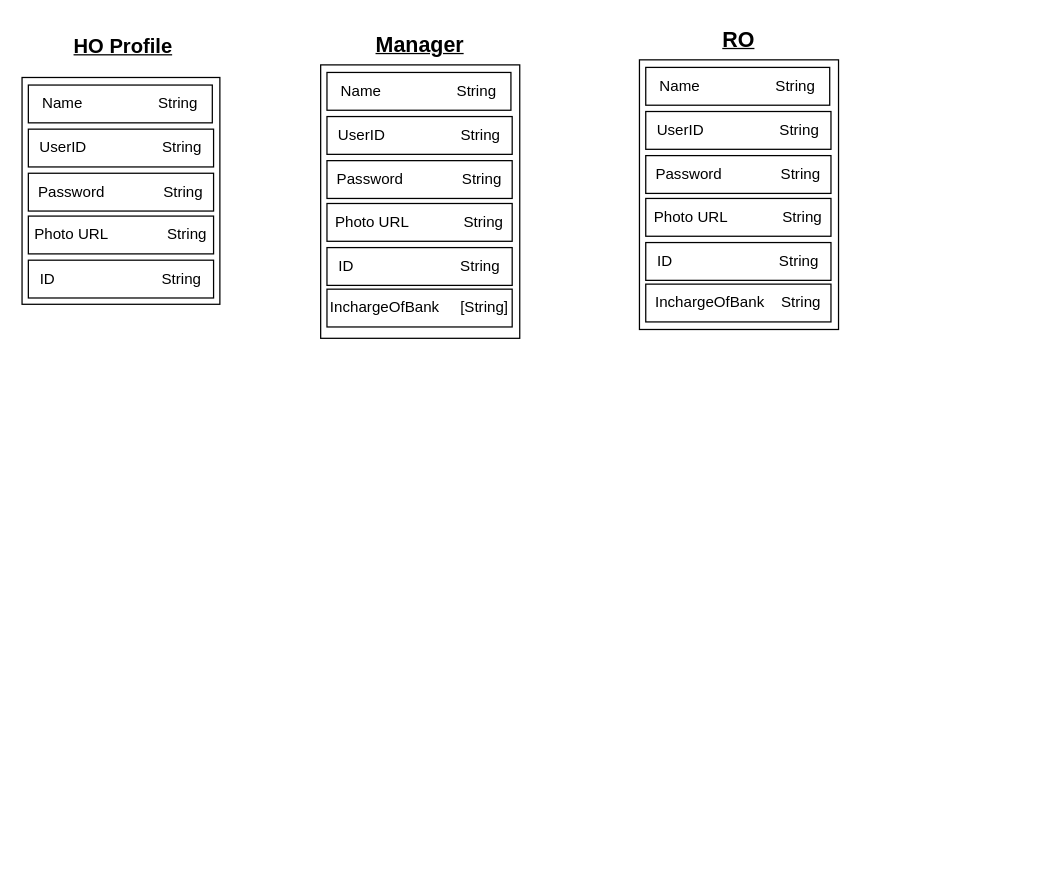
This is Untitled Diagram.drawio from Itsbabin/Organiser, a draw.io file, before an edit. Source tidied: cells renumbered, new cells numbered last; positions are measured from the earlier drawing's top-left corner, leaving out a move shared by most shapes. Both pictures are drawn from the tidied source at 126%, with x=0, y=0 at pixel (21, 21).
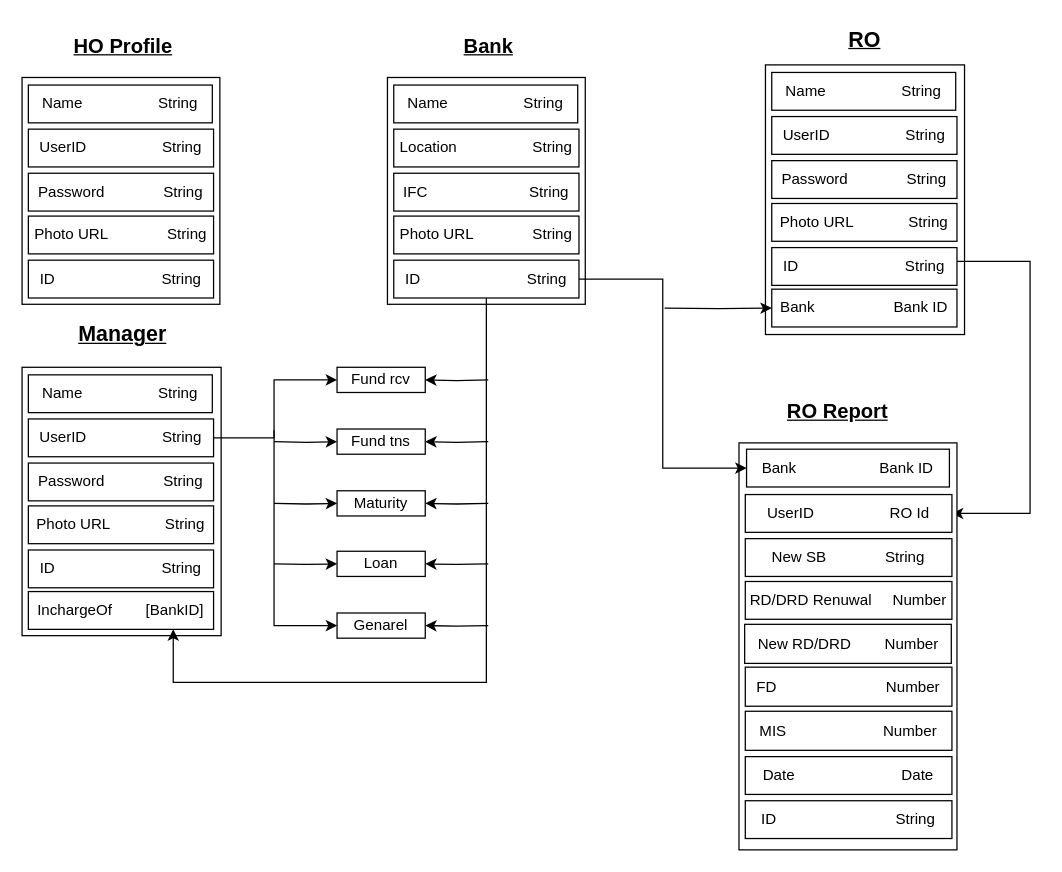
The same page after the edit.

The edit, as a diff of the source:
```diff
@@
     <mxCell id="8" style="rounded=0;whiteSpace=wrap;html=1;" parent="1" vertex="1">
-      <mxGeometry x="237" y="34" width="158" height="217" as="geometry" />
+      <mxGeometry y="274" width="158" height="213" as="geometry" />
     </mxCell>
     <mxCell id="9" value="Name&amp;nbsp; &amp;nbsp; &amp;nbsp; &amp;nbsp; &amp;nbsp; &amp;nbsp; &amp;nbsp; &amp;nbsp; &amp;nbsp; String" style="rounded=0;whiteSpace=wrap;html=1;" parent="1" vertex="1">
-      <mxGeometry x="242" y="40" width="146" height="30" as="geometry" />
+      <mxGeometry x="5" y="280" width="146" height="30" as="geometry" />
     </mxCell>
+    <mxCell id="25" style="edgeStyle=orthogonalEdgeStyle;rounded=0;jettySize=auto;html=1;entryX=0;entryY=0.5;entryDx=0;entryDy=0;" parent="1" edge="1" source="10" target="40">
+      <mxGeometry relative="1" as="geometry">
+        <Array as="points">
+          <mxPoint x="200" y="330" />
+          <mxPoint x="200" y="284" />
+        </Array>
+      </mxGeometry>
+    </mxCell>
     <mxCell id="10" value="UserID&amp;nbsp; &amp;nbsp; &amp;nbsp; &amp;nbsp; &amp;nbsp; &amp;nbsp; &amp;nbsp; &amp;nbsp; &amp;nbsp; String" style="rounded=0;whiteSpace=wrap;html=1;" parent="1" vertex="1">
-      <mxGeometry x="242" y="75" width="147" height="30" as="geometry" />
+      <mxGeometry x="5" y="315" width="147" height="30" as="geometry" />
     </mxCell>
     <mxCell id="11" value="Password&amp;nbsp; &amp;nbsp; &amp;nbsp; &amp;nbsp; &amp;nbsp; &amp;nbsp; &amp;nbsp; String" style="rounded=0;whiteSpace=wrap;html=1;" parent="1" vertex="1">
-      <mxGeometry x="242" y="110" width="147" height="30" as="geometry" />
+      <mxGeometry x="5" y="350" width="147" height="30" as="geometry" />
     </mxCell>
     <mxCell id="12" value="Photo URL&amp;nbsp; &amp;nbsp; &amp;nbsp; &amp;nbsp; &amp;nbsp; &amp;nbsp; &amp;nbsp;String" style="rounded=0;whiteSpace=wrap;html=1;" parent="1" vertex="1">
-      <mxGeometry x="242" y="144" width="147" height="30" as="geometry" />
+      <mxGeometry x="5" y="384" width="147" height="30" as="geometry" />
     </mxCell>
     <mxCell id="13" value="ID&amp;nbsp;&lt;span style=&quot;white-space: pre;&quot;&gt;&#9;&lt;/span&gt;&lt;span style=&quot;white-space: pre;&quot;&gt;&#9;&lt;/span&gt; &amp;nbsp; &amp;nbsp; &amp;nbsp; &amp;nbsp; &amp;nbsp; &amp;nbsp; String" style="rounded=0;whiteSpace=wrap;html=1;" parent="1" vertex="1">
-      <mxGeometry x="242" y="179" width="147" height="30" as="geometry" />
+      <mxGeometry x="5" y="419" width="147" height="30" as="geometry" />
     </mxCell>
@@
-    <mxCell id="15" value="InchargeOfBank&amp;nbsp; &amp;nbsp; &amp;nbsp;[String]" style="rounded=0;whiteSpace=wrap;html=1;" parent="1" vertex="1">
-      <mxGeometry x="242" y="212" width="147" height="30" as="geometry" />
+    <mxCell id="15" value="InchargeOf&amp;nbsp; &amp;nbsp; &amp;nbsp; &amp;nbsp; [BankID]" style="rounded=0;whiteSpace=wrap;html=1;" parent="1" vertex="1">
+      <mxGeometry x="5" y="452" width="147" height="30" as="geometry" />
     </mxCell>
     <mxCell id="16" value="&lt;b&gt;&lt;u&gt;&lt;font style=&quot;font-size: 17px;&quot;&gt;Manager&lt;/font&gt;&lt;/u&gt;&lt;/b&gt;" style="text;html=1;strokeColor=none;fillColor=none;align=center;verticalAlign=middle;whiteSpace=wrap;rounded=0;" parent="1" vertex="1">
-      <mxGeometry x="285.5" y="4" width="60" height="30" as="geometry" />
+      <mxGeometry x="50" y="234" width="60" height="30" as="geometry" />
     </mxCell>
     <mxCell id="17" style="rounded=0;whiteSpace=wrap;html=1;" parent="1" vertex="1">
-      <mxGeometry x="490" y="30" width="158" height="214" as="geometry" />
+      <mxGeometry x="590" y="34" width="158" height="214" as="geometry" />
     </mxCell>
     <mxCell id="18" value="Name&amp;nbsp; &amp;nbsp; &amp;nbsp; &amp;nbsp; &amp;nbsp; &amp;nbsp; &amp;nbsp; &amp;nbsp; &amp;nbsp; String" style="rounded=0;whiteSpace=wrap;html=1;" parent="1" vertex="1">
-      <mxGeometry x="495" y="36" width="146" height="30" as="geometry" />
+      <mxGeometry x="595" y="40" width="146" height="30" as="geometry" />
     </mxCell>
     <mxCell id="19" value="UserID&amp;nbsp; &amp;nbsp; &amp;nbsp; &amp;nbsp; &amp;nbsp; &amp;nbsp; &amp;nbsp; &amp;nbsp; &amp;nbsp; String" style="rounded=0;whiteSpace=wrap;html=1;" parent="1" vertex="1">
-      <mxGeometry x="495" y="71" width="147" height="30" as="geometry" />
+      <mxGeometry x="595" y="75" width="147" height="30" as="geometry" />
     </mxCell>
     <mxCell id="20" value="Password&amp;nbsp; &amp;nbsp; &amp;nbsp; &amp;nbsp; &amp;nbsp; &amp;nbsp; &amp;nbsp; String" style="rounded=0;whiteSpace=wrap;html=1;" parent="1" vertex="1">
-      <mxGeometry x="495" y="106" width="147" height="30" as="geometry" />
+      <mxGeometry x="595" y="110" width="147" height="30" as="geometry" />
     </mxCell>
     <mxCell id="21" value="Photo URL&amp;nbsp; &amp;nbsp; &amp;nbsp; &amp;nbsp; &amp;nbsp; &amp;nbsp; &amp;nbsp;String" style="rounded=0;whiteSpace=wrap;html=1;" parent="1" vertex="1">
-      <mxGeometry x="495" y="140" width="147" height="30" as="geometry" />
+      <mxGeometry x="595" y="144" width="147" height="30" as="geometry" />
     </mxCell>
+    <mxCell id="26" style="edgeStyle=orthogonalEdgeStyle;rounded=0;jettySize=auto;html=1;" parent="1" edge="1" source="22" target="29">
+      <mxGeometry relative="1" as="geometry">
+        <Array as="points">
+          <mxPoint x="800" y="190" />
+          <mxPoint x="800" y="390" />
+        </Array>
+      </mxGeometry>
+    </mxCell>
     <mxCell id="22" value="ID&amp;nbsp;&lt;span style=&quot;white-space: pre;&quot;&gt;&#9;&lt;/span&gt;&lt;span style=&quot;white-space: pre;&quot;&gt;&#9;&lt;/span&gt; &amp;nbsp; &amp;nbsp; &amp;nbsp; &amp;nbsp; &amp;nbsp; &amp;nbsp; String" style="rounded=0;whiteSpace=wrap;html=1;" parent="1" vertex="1">
-      <mxGeometry x="495" y="175" width="147" height="30" as="geometry" />
+      <mxGeometry x="595" y="179" width="147" height="30" as="geometry" />
     </mxCell>
+    <mxCell id="27" style="edgeStyle=orthogonalEdgeStyle;rounded=0;jettySize=auto;html=1;" parent="1" edge="1" target="23">
+      <mxGeometry relative="1" as="geometry">
+        <mxPoint x="510" y="227" as="sourcePoint" />
+      </mxGeometry>
+    </mxCell>
-    <mxCell id="23" value="InchargeOfBank&amp;nbsp; &amp;nbsp; String" style="rounded=0;whiteSpace=wrap;html=1;" parent="1" vertex="1">
-      <mxGeometry x="495" y="208" width="147" height="30" as="geometry" />
+    <mxCell id="23" value="Bank&amp;nbsp; &lt;span style=&quot;white-space: pre;&quot;&gt;&#9;&lt;/span&gt;&lt;span style=&quot;white-space: pre;&quot;&gt;&#9;&lt;/span&gt;&amp;nbsp; &amp;nbsp;Bank ID" style="rounded=0;whiteSpace=wrap;html=1;" parent="1" vertex="1">
+      <mxGeometry x="595" y="212" width="147" height="30" as="geometry" />
     </mxCell>
     <mxCell id="24" value="&lt;span style=&quot;font-size: 17px;&quot;&gt;&lt;b&gt;&lt;u&gt;RO&lt;/u&gt;&lt;/b&gt;&lt;/span&gt;" style="text;html=1;strokeColor=none;fillColor=none;align=center;verticalAlign=middle;whiteSpace=wrap;rounded=0;" parent="1" vertex="1">
-      <mxGeometry x="538.5" width="60" height="30" as="geometry" />
+      <mxGeometry x="638.5" width="60" height="30" as="geometry" />
     </mxCell>
+    <mxCell id="28" style="rounded=0;whiteSpace=wrap;html=1;" parent="1" vertex="1">
+      <mxGeometry x="569" y="334" width="173" height="323" as="geometry" />
+    </mxCell>
+    <mxCell id="29" value="UserID&amp;nbsp; &amp;nbsp; &amp;nbsp; &amp;nbsp; &amp;nbsp; &amp;nbsp; &amp;nbsp; &amp;nbsp; &amp;nbsp; RO Id" style="rounded=0;whiteSpace=wrap;html=1;" parent="1" vertex="1">
+      <mxGeometry x="574" y="375" width="164" height="30" as="geometry" />
+    </mxCell>
+    <mxCell id="30" value="New SB&amp;nbsp; &amp;nbsp; &amp;nbsp; &amp;nbsp; &amp;nbsp; &amp;nbsp; &amp;nbsp; String" style="rounded=0;whiteSpace=wrap;html=1;" parent="1" vertex="1">
+      <mxGeometry x="574" y="410" width="164" height="30" as="geometry" />
+    </mxCell>
+    <mxCell id="31" value="RD/DRD Renuwal&amp;nbsp; &amp;nbsp; &amp;nbsp;Number" style="rounded=0;whiteSpace=wrap;html=1;" parent="1" vertex="1">
+      <mxGeometry x="574" y="444" width="164" height="30" as="geometry" />
+    </mxCell>
+    <mxCell id="32" value="ID&amp;nbsp;&lt;span style=&quot;white-space: pre;&quot;&gt;&#9;&amp;nbsp;&#9;&lt;/span&gt;&amp;nbsp; &amp;nbsp; &amp;nbsp; &amp;nbsp; &amp;nbsp; &amp;nbsp; &amp;nbsp; &amp;nbsp; String" style="rounded=0;whiteSpace=wrap;html=1;" parent="1" vertex="1">
+      <mxGeometry x="574" y="618" width="164" height="30" as="geometry" />
+    </mxCell>
+    <mxCell id="33" value="&lt;span style=&quot;font-size: 16px;&quot;&gt;&lt;b&gt;&lt;u&gt;RO Report&lt;/u&gt;&lt;/b&gt;&lt;/span&gt;" style="text;html=1;strokeColor=none;fillColor=none;align=center;verticalAlign=middle;whiteSpace=wrap;rounded=0;" parent="1" vertex="1">
+      <mxGeometry x="599.5" y="294" width="95" height="30" as="geometry" />
+    </mxCell>
+    <mxCell id="34" value="New RD/DRD&amp;nbsp;&lt;span style=&quot;&quot;&gt;&lt;span style=&quot;&quot;&gt;&amp;nbsp;&amp;nbsp;&amp;nbsp;&amp;nbsp;&lt;/span&gt;&lt;/span&gt;&lt;span style=&quot;&quot;&gt;&lt;span style=&quot;&quot;&gt;&amp;nbsp;&amp;nbsp;&amp;nbsp;&lt;/span&gt;&lt;/span&gt;Number" style="rounded=0;whiteSpace=wrap;html=1;" parent="1" vertex="1">
+      <mxGeometry x="573.5" y="478" width="164" height="31" as="geometry" />
+    </mxCell>
+    <mxCell id="35" value="FD&amp;nbsp; &amp;nbsp;&lt;span style=&quot;&quot;&gt;&lt;span style=&quot;white-space: pre;&quot;&gt;&amp;nbsp;&amp;nbsp;&amp;nbsp;&amp;nbsp;&lt;/span&gt;&lt;/span&gt;&lt;span style=&quot;&quot;&gt;&lt;span style=&quot;white-space: pre;&quot;&gt;&amp;nbsp;&amp;nbsp;&amp;nbsp;&amp;nbsp;&lt;/span&gt;&lt;/span&gt;&amp;nbsp;&lt;span style=&quot;&quot;&gt;&lt;span style=&quot;&quot;&gt;&amp;nbsp; &amp;nbsp; &amp;nbsp; &amp;nbsp; &amp;nbsp; &amp;nbsp;&lt;/span&gt;&lt;/span&gt;&lt;span style=&quot;&quot;&gt;&lt;span style=&quot;&quot;&gt;&amp;nbsp; &amp;nbsp;&lt;/span&gt;&lt;/span&gt;Number" style="rounded=0;whiteSpace=wrap;html=1;" parent="1" vertex="1">
+      <mxGeometry x="574" y="512" width="164" height="31" as="geometry" />
+    </mxCell>
+    <mxCell id="36" value="MIS&amp;nbsp; &lt;span style=&quot;&quot;&gt;&lt;span style=&quot;white-space: pre;&quot;&gt;&amp;nbsp;&amp;nbsp;&amp;nbsp;&amp;nbsp;&lt;/span&gt;&lt;/span&gt;&amp;nbsp;&lt;span style=&quot;&quot;&gt;&lt;span style=&quot;&quot;&gt;&amp;nbsp;&amp;nbsp;&amp;nbsp;&amp;nbsp;&lt;/span&gt;&lt;/span&gt;&lt;span style=&quot;&quot;&gt;&lt;span style=&quot;&quot;&gt;&amp;nbsp;&amp;nbsp;&amp;nbsp;&amp;nbsp;&lt;/span&gt;&lt;/span&gt;&amp;nbsp;&lt;span style=&quot;&quot;&gt;&lt;span style=&quot;&quot;&gt;&amp;nbsp;&amp;nbsp;&amp;nbsp;&amp;nbsp;&lt;/span&gt;&lt;/span&gt;&lt;span style=&quot;&quot;&gt;&lt;span style=&quot;&quot;&gt;&amp;nbsp; &amp;nbsp;&lt;/span&gt;&lt;/span&gt;Number" style="rounded=0;whiteSpace=wrap;html=1;" parent="1" vertex="1">
+      <mxGeometry x="574" y="547" width="164" height="31" as="geometry" />
+    </mxCell>
+    <mxCell id="37" value="Bank&amp;nbsp; &amp;nbsp; &amp;nbsp; &amp;nbsp;&amp;nbsp;&amp;nbsp;&lt;span style=&quot;white-space: pre;&quot;&gt;&#9;&lt;/span&gt; &amp;nbsp; &amp;nbsp;Bank ID" style="rounded=0;whiteSpace=wrap;html=1;" parent="1" vertex="1">
+      <mxGeometry x="575" y="339" width="161" height="30" as="geometry" />
+    </mxCell>
+    <mxCell id="38" value="Date&lt;span style=&quot;white-space: pre;&quot;&gt;&#9;&amp;nbsp;&#9;&lt;/span&gt;&amp;nbsp;&amp;nbsp; &amp;nbsp; &amp;nbsp; &amp;nbsp; Date" style="rounded=0;whiteSpace=wrap;html=1;" parent="1" vertex="1">
+      <mxGeometry x="574" y="583" width="164" height="30" as="geometry" />
+    </mxCell>
+    <mxCell id="39" style="edgeStyle=orthogonalEdgeStyle;rounded=0;jettySize=auto;html=1;" parent="1" edge="1" target="40">
+      <mxGeometry relative="1" as="geometry">
+        <mxPoint x="370" y="284" as="sourcePoint" />
+      </mxGeometry>
+    </mxCell>
+    <mxCell id="40" value="&lt;span style=&quot;border-color: var(--border-color); color: rgb(0, 0, 0); font-family: Helvetica; font-size: 12px; font-style: normal; font-variant-ligatures: normal; font-variant-caps: normal; font-weight: 400; letter-spacing: normal; orphans: 2; text-align: center; text-indent: 0px; text-transform: none; widows: 2; word-spacing: 0px; -webkit-text-stroke-width: 0px; background-color: initial; text-decoration-thickness: initial; text-decoration-style: initial; text-decoration-color: initial;&quot;&gt;Fund rcv&lt;/span&gt;" style="rounded=0;whiteSpace=wrap;html=1;" parent="1" vertex="1">
+      <mxGeometry x="250" y="274" width="70" height="20" as="geometry" />
+    </mxCell>
+    <mxCell id="41" style="edgeStyle=orthogonalEdgeStyle;rounded=0;jettySize=auto;html=1;" parent="1" edge="1" target="43">
+      <mxGeometry relative="1" as="geometry">
+        <mxPoint x="200" y="333" as="sourcePoint" />
+      </mxGeometry>
+    </mxCell>
+    <mxCell id="42" style="edgeStyle=orthogonalEdgeStyle;rounded=0;jettySize=auto;html=1;" parent="1" edge="1" target="43">
+      <mxGeometry relative="1" as="geometry">
+        <mxPoint x="370" y="333" as="sourcePoint" />
+      </mxGeometry>
+    </mxCell>
+    <mxCell id="43" value="&lt;span style=&quot;border-color: var(--border-color); color: rgb(0, 0, 0); font-family: Helvetica; font-size: 12px; font-style: normal; font-variant-ligatures: normal; font-variant-caps: normal; font-weight: 400; letter-spacing: normal; orphans: 2; text-align: center; text-indent: 0px; text-transform: none; widows: 2; word-spacing: 0px; -webkit-text-stroke-width: 0px; background-color: initial; text-decoration-thickness: initial; text-decoration-style: initial; text-decoration-color: initial;&quot;&gt;Fund&amp;nbsp;&lt;/span&gt;tns" style="rounded=0;whiteSpace=wrap;html=1;" parent="1" vertex="1">
+      <mxGeometry x="250" y="323" width="70" height="20" as="geometry" />
+    </mxCell>
+    <mxCell id="44" style="edgeStyle=orthogonalEdgeStyle;rounded=0;jettySize=auto;html=1;" parent="1" edge="1" target="46">
+      <mxGeometry relative="1" as="geometry">
+        <mxPoint x="200" y="382" as="sourcePoint" />
+      </mxGeometry>
+    </mxCell>
+    <mxCell id="45" style="edgeStyle=orthogonalEdgeStyle;rounded=0;jettySize=auto;html=1;" parent="1" edge="1" target="46">
+      <mxGeometry relative="1" as="geometry">
+        <mxPoint x="370" y="382" as="sourcePoint" />
+      </mxGeometry>
+    </mxCell>
+    <mxCell id="46" value="Maturity" style="rounded=0;whiteSpace=wrap;html=1;" parent="1" vertex="1">
+      <mxGeometry x="250" y="372" width="70" height="20" as="geometry" />
+    </mxCell>
+    <mxCell id="47" style="edgeStyle=orthogonalEdgeStyle;rounded=0;jettySize=auto;html=1;" parent="1" edge="1" target="49">
+      <mxGeometry relative="1" as="geometry">
+        <mxPoint x="200" y="430" as="sourcePoint" />
+      </mxGeometry>
+    </mxCell>
+    <mxCell id="48" style="edgeStyle=orthogonalEdgeStyle;rounded=0;jettySize=auto;html=1;" parent="1" edge="1" target="49">
+      <mxGeometry relative="1" as="geometry">
+        <mxPoint x="370" y="430" as="sourcePoint" />
+      </mxGeometry>
+    </mxCell>
+    <mxCell id="49" value="Loan" style="rounded=0;whiteSpace=wrap;html=1;" parent="1" vertex="1">
+      <mxGeometry x="250" y="420" width="70" height="20" as="geometry" />
+    </mxCell>
+    <mxCell id="50" style="edgeStyle=orthogonalEdgeStyle;rounded=0;jettySize=auto;html=1;" parent="1" edge="1" target="52">
+      <mxGeometry relative="1" as="geometry">
+        <mxPoint x="200" y="324" as="sourcePoint" />
+        <Array as="points">
+          <mxPoint x="200" y="479" />
+        </Array>
+      </mxGeometry>
+    </mxCell>
+    <mxCell id="51" style="edgeStyle=orthogonalEdgeStyle;rounded=0;jettySize=auto;html=1;" parent="1" edge="1" target="52">
+      <mxGeometry relative="1" as="geometry">
+        <mxPoint x="370" y="479" as="sourcePoint" />
+      </mxGeometry>
+    </mxCell>
+    <mxCell id="52" value="Genarel" style="rounded=0;whiteSpace=wrap;html=1;" parent="1" vertex="1">
+      <mxGeometry x="250" y="469" width="70" height="20" as="geometry" />
+    </mxCell>
+    <mxCell id="53" style="rounded=0;whiteSpace=wrap;html=1;" parent="1" vertex="1">
+      <mxGeometry x="290" y="44" width="157" height="180" as="geometry" />
+    </mxCell>
+    <mxCell id="54" value="Name&amp;nbsp; &amp;nbsp; &amp;nbsp; &amp;nbsp; &amp;nbsp; &amp;nbsp; &amp;nbsp; &amp;nbsp; &amp;nbsp; String" style="rounded=0;whiteSpace=wrap;html=1;" parent="1" vertex="1">
+      <mxGeometry x="295" y="50" width="146" height="30" as="geometry" />
+    </mxCell>
+    <mxCell id="55" value="Location&amp;nbsp; &amp;nbsp; &amp;nbsp; &amp;nbsp; &amp;nbsp; &amp;nbsp; &amp;nbsp; &amp;nbsp; &amp;nbsp; String" style="rounded=0;whiteSpace=wrap;html=1;" parent="1" vertex="1">
+      <mxGeometry x="295" y="85" width="147" height="30" as="geometry" />
+    </mxCell>
+    <mxCell id="56" value="IFC&lt;span style=&quot;white-space: pre;&quot;&gt;&#9;&lt;/span&gt;&lt;span style=&quot;white-space: pre;&quot;&gt;&#9;&lt;/span&gt;&amp;nbsp; &amp;nbsp; &amp;nbsp; &amp;nbsp; &amp;nbsp; &amp;nbsp; &amp;nbsp; String" style="rounded=0;whiteSpace=wrap;html=1;" parent="1" vertex="1">
+      <mxGeometry x="295" y="120" width="147" height="30" as="geometry" />
+    </mxCell>
+    <mxCell id="57" value="Photo URL&amp;nbsp; &amp;nbsp; &amp;nbsp; &amp;nbsp; &amp;nbsp; &amp;nbsp; &amp;nbsp; String" style="rounded=0;whiteSpace=wrap;html=1;" parent="1" vertex="1">
+      <mxGeometry x="295" y="154" width="147" height="30" as="geometry" />
+    </mxCell>
+    <mxCell id="58" style="edgeStyle=orthogonalEdgeStyle;rounded=0;jettySize=auto;html=1;entryX=0;entryY=0.5;entryDx=0;entryDy=0;" parent="1" edge="1" source="60" target="37">
+      <mxGeometry relative="1" as="geometry" />
+    </mxCell>
+    <mxCell id="59" style="edgeStyle=orthogonalEdgeStyle;rounded=0;jettySize=auto;html=1;" parent="1" edge="1" source="60" target="15">
+      <mxGeometry relative="1" as="geometry">
+        <Array as="points">
+          <mxPoint x="369" y="524" />
+          <mxPoint x="120" y="524" />
+        </Array>
+      </mxGeometry>
+    </mxCell>
+    <mxCell id="60" value="ID&amp;nbsp;&lt;span style=&quot;white-space: pre;&quot;&gt;&#9;&lt;/span&gt;&lt;span style=&quot;white-space: pre;&quot;&gt;&#9;&lt;/span&gt; &amp;nbsp; &amp;nbsp; &amp;nbsp; &amp;nbsp; &amp;nbsp; &amp;nbsp; String" style="rounded=0;whiteSpace=wrap;html=1;" parent="1" vertex="1">
+      <mxGeometry x="295" y="189" width="147" height="30" as="geometry" />
+    </mxCell>
+    <mxCell id="61" value="&lt;span style=&quot;font-size: 16px;&quot;&gt;&lt;b&gt;&lt;u&gt;Bank&lt;/u&gt;&lt;/b&gt;&lt;/span&gt;" style="text;html=1;strokeColor=none;fillColor=none;align=center;verticalAlign=middle;whiteSpace=wrap;rounded=0;" parent="1" vertex="1">
+      <mxGeometry x="322.5" y="4" width="95" height="30" as="geometry" />
+    </mxCell>
```
